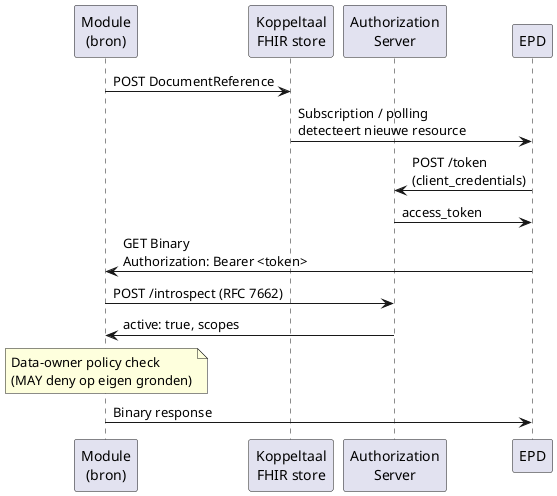
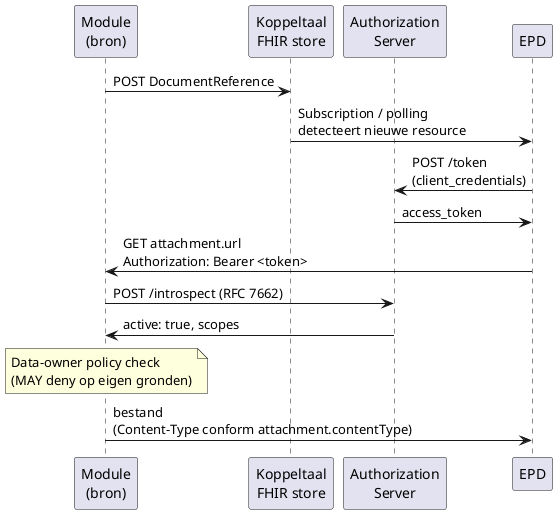
@startuml documenten-delen-direct-ophalen

participant "Module\n(bron)" as Module
participant "Koppeltaal\nFHIR store" as KT
participant "Authorization\nServer" as AS
participant "EPD" as EPD

Module -> KT : POST DocumentReference
KT -> EPD : Subscription / polling\ndetecteert nieuwe resource

EPD -> AS : POST /token\n(client_credentials)
AS -> EPD : access_token

- EPD -> Module : GET Binary\nAuthorization: Bearer <token>
+ EPD -> Module : GET attachment.url\nAuthorization: Bearer <token>
Module -> AS : POST /introspect (RFC 7662)
AS -> Module : active: true, scopes
note over Module : Data-owner policy check\n(MAY deny op eigen gronden)
- Module -> EPD : Binary response
+ Module -> EPD : bestand\n(Content-Type conform attachment.contentType)

@enduml
